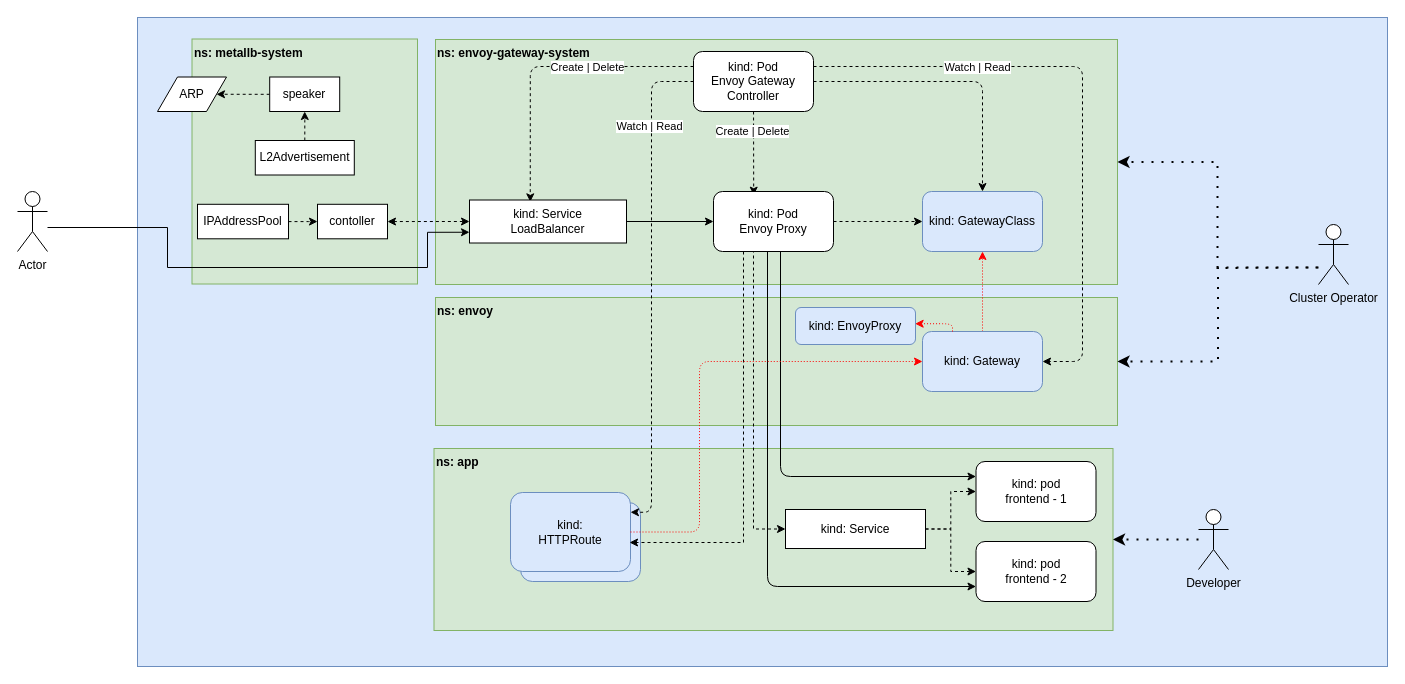
Earlier version of the draw.io diagram docs/diagrams/network.drawio (kuzz0k/zero-to-cluster). Source tidied: cells renumbered, new cells numbered last; positions are measured from the earlier drawing's top-left corner, leaving out a move shared by most shapes. Both pictures are drawn from the tidied source at 100%, with x=0, y=0 at pixel (17, 17).
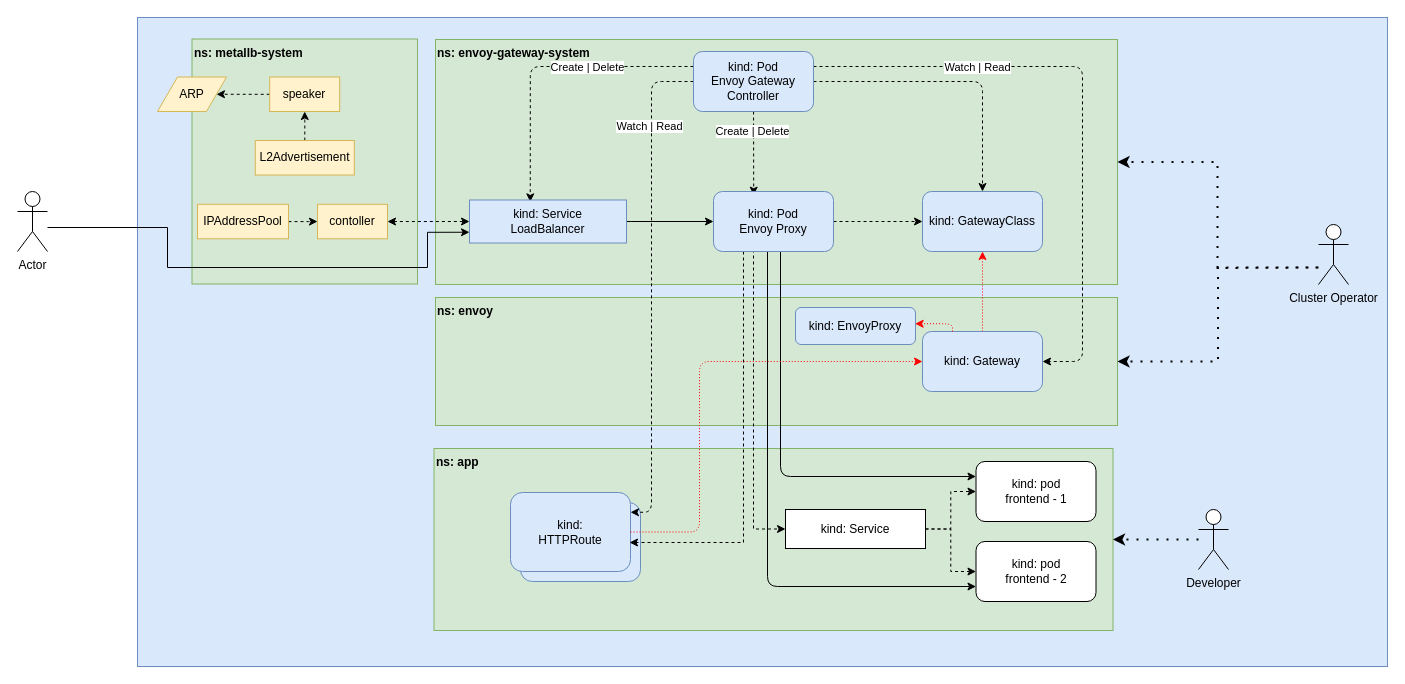
The same page after the edit.

Change to the diagram source:
```diff
@@
-    <mxCell id="32" value="kind: Pod&lt;br&gt;Envoy Gateway Controller" style="rounded=1;whiteSpace=wrap;html=1;" parent="1" vertex="1">
+    <mxCell id="32" value="kind: Pod&lt;br&gt;Envoy Gateway Controller" style="rounded=1;whiteSpace=wrap;html=1;fillColor=#dae8fc;strokeColor=#6c8ebf;" parent="1" vertex="1">
       <mxGeometry x="676" y="34" width="120" height="60" as="geometry" />
     </mxCell>
@@
-    <mxCell id="35" value="&lt;div&gt;kind: Pod&lt;/div&gt;Envoy Proxy" style="rounded=1;whiteSpace=wrap;html=1;" parent="1" vertex="1">
+    <mxCell id="35" value="&lt;div&gt;kind: Pod&lt;/div&gt;Envoy Proxy" style="rounded=1;whiteSpace=wrap;html=1;fillColor=#dae8fc;strokeColor=#6c8ebf;" parent="1" vertex="1">
       <mxGeometry x="696" y="174" width="120" height="60" as="geometry" />
     </mxCell>
@@
-    <mxCell id="37" value="kind: Service&lt;br&gt;LoadBalancer" style="rounded=0;whiteSpace=wrap;html=1;" parent="1" vertex="1">
+    <mxCell id="37" value="kind: Service&lt;br&gt;LoadBalancer" style="rounded=0;whiteSpace=wrap;html=1;fillColor=#dae8fc;strokeColor=#6c8ebf;" parent="1" vertex="1">
       <mxGeometry x="452" y="182.5" width="157" height="43" as="geometry" />
     </mxCell>
@@
-    <mxCell id="43" value="contoller" style="rounded=0;whiteSpace=wrap;html=1;" parent="1" vertex="1">
+    <mxCell id="43" value="contoller" style="rounded=0;whiteSpace=wrap;html=1;fillColor=#fff2cc;strokeColor=#d6b656;" parent="1" vertex="1">
       <mxGeometry x="300" y="186.8" width="70" height="34.5" as="geometry" />
     </mxCell>
@@
-    <mxCell id="45" value="speaker" style="rounded=0;whiteSpace=wrap;html=1;" parent="1" vertex="1">
+    <mxCell id="45" value="speaker" style="rounded=0;whiteSpace=wrap;html=1;fillColor=#fff2cc;strokeColor=#d6b656;" parent="1" vertex="1">
       <mxGeometry x="252.2" y="59.5" width="70" height="34.5" as="geometry" />
     </mxCell>
@@
-    <mxCell id="48" value="ARP" style="shape=parallelogram;perimeter=parallelogramPerimeter;whiteSpace=wrap;html=1;shapeInside=1;fixedSize=1;" parent="1" vertex="1">
+    <mxCell id="48" value="ARP" style="shape=parallelogram;perimeter=parallelogramPerimeter;whiteSpace=wrap;html=1;shapeInside=1;fixedSize=1;fillColor=#fff2cc;strokeColor=#d6b656;" parent="1" vertex="1">
       <mxGeometry x="140" y="59.5" width="69" height="34.5" as="geometry" />
     </mxCell>
@@
-    <mxCell id="50" value="IPAddressPool" style="rounded=0;whiteSpace=wrap;html=1;" parent="1" vertex="1">
+    <mxCell id="50" value="IPAddressPool" style="rounded=0;whiteSpace=wrap;html=1;fillColor=#fff2cc;strokeColor=#d6b656;" parent="1" vertex="1">
       <mxGeometry x="180" y="186.8" width="91" height="34.5" as="geometry" />
     </mxCell>
@@
-    <mxCell id="52" value="L2Advertisement" style="rounded=0;whiteSpace=wrap;html=1;" parent="1" vertex="1">
+    <mxCell id="52" value="L2Advertisement" style="rounded=0;whiteSpace=wrap;html=1;fillColor=#fff2cc;strokeColor=#d6b656;" parent="1" vertex="1">
       <mxGeometry x="237.8" y="123" width="99" height="34.5" as="geometry" />
     </mxCell>
```
